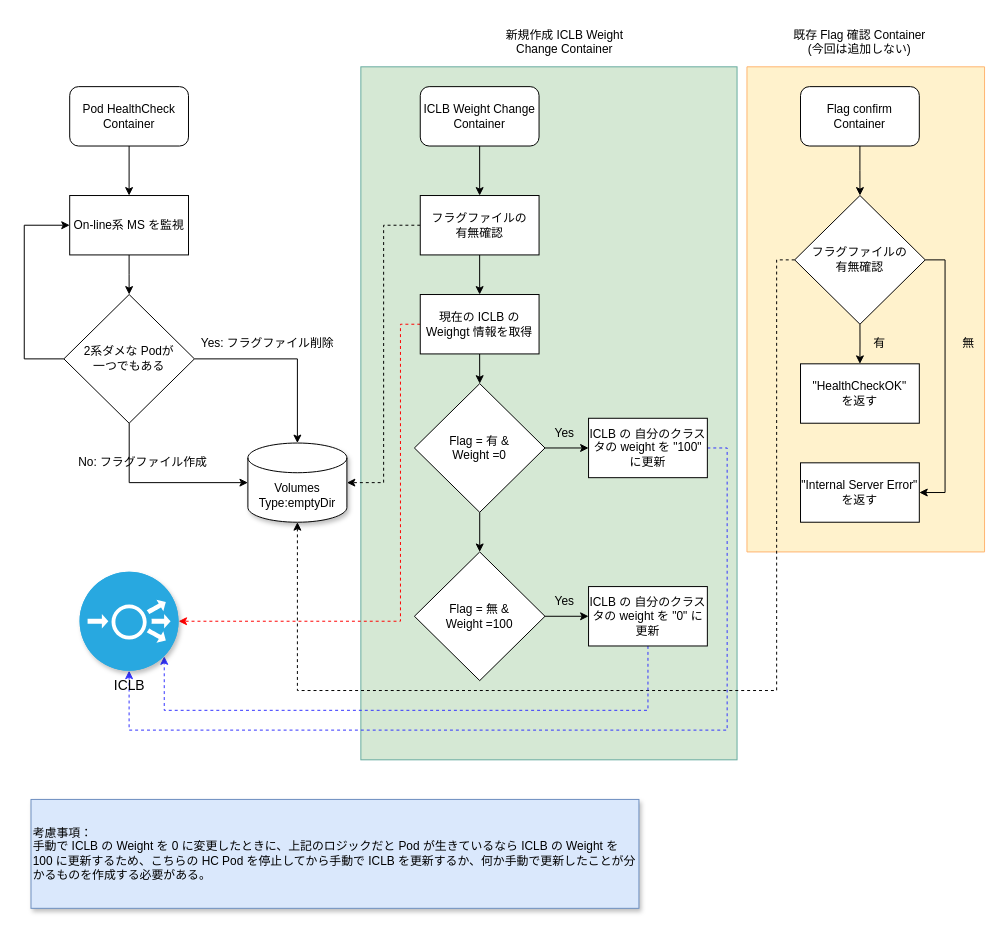
The draw.io diagram page "Page-16" (16 of 16) of Untitled Diagram.drawio in stefan21jp/Liberty, before the edit. Source tidied: cells renumbered, new cells numbered last; positions are measured from the earlier drawing's top-left corner, leaving out a move shared by most shapes. Both pictures are drawn from the tidied source at 99%, with x=0, y=0 at pixel (24, 17).
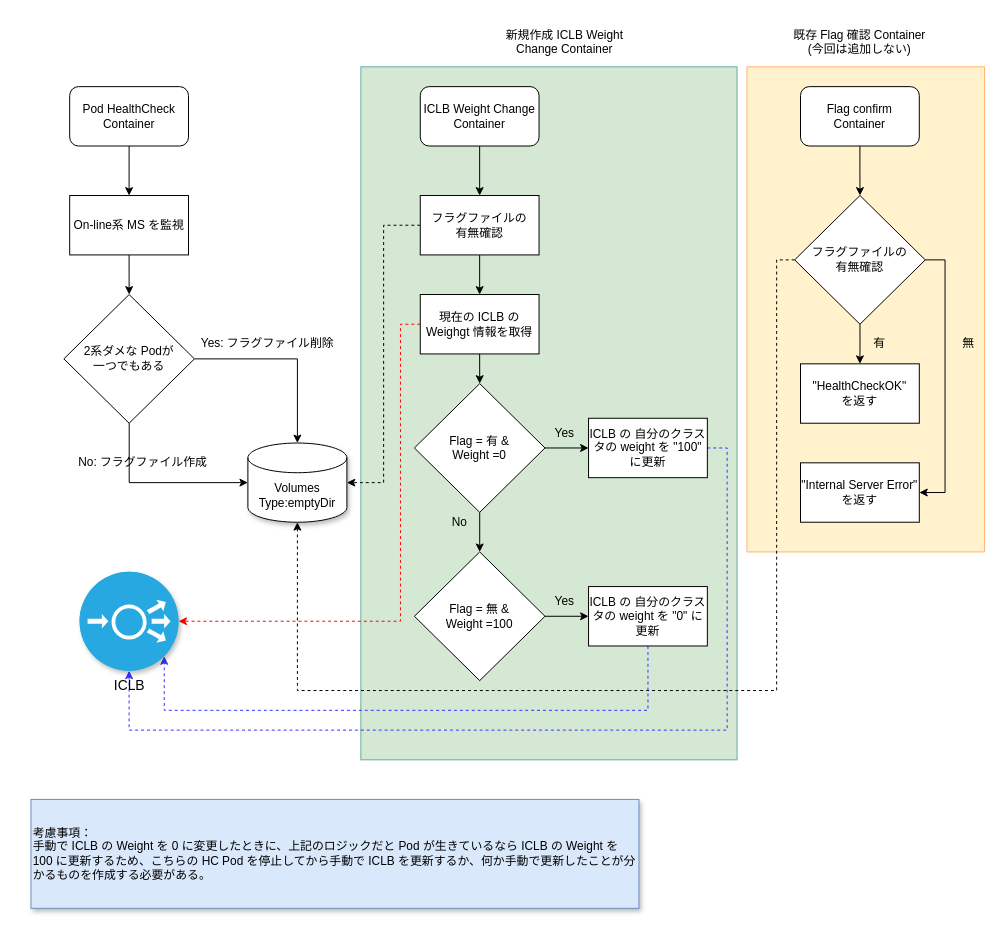
After the change.

Unchanged cells that the change refers to:
```xml
<mxCell id="7" value="On-line系 MS を監視" style="rounded=0;whiteSpace=wrap;html=1;" parent="1" vertex="1">
  <mxGeometry x="45.9" y="180" width="120" height="60" as="geometry" />
</mxCell>
<mxCell id="15" value="&lt;div&gt;2系ダメな Podが&lt;/div&gt;&lt;div&gt;一つでもある&lt;/div&gt;" style="rhombus;whiteSpace=wrap;html=1;" parent="1" vertex="1">
  <mxGeometry x="40" y="280" width="131.9" height="130" as="geometry" />
</mxCell>
```

Change to the diagram source:
```diff
@@
-    <mxCell id="14" style="edgeStyle=orthogonalEdgeStyle;rounded=0;jettySize=auto;html=1;exitX=0;exitY=0.5;exitDx=0;exitDy=0;entryX=0;entryY=0.5;entryDx=0;entryDy=0;" parent="1" edge="1" source="15" target="7">
-      <mxGeometry relative="1" as="geometry">
-        <Array as="points">
-          <mxPoint y="345" />
-          <mxPoint y="210" />
-        </Array>
-      </mxGeometry>
-    </mxCell>
@@
+    <mxCell id="48" value="No" style="text;html=1;strokeColor=none;fillColor=none;align=center;verticalAlign=middle;whiteSpace=wrap;rounded=0;shadow=1;" parent="1" vertex="1">
+      <mxGeometry x="420" y="500" width="40" height="20" as="geometry" />
+    </mxCell>
```
